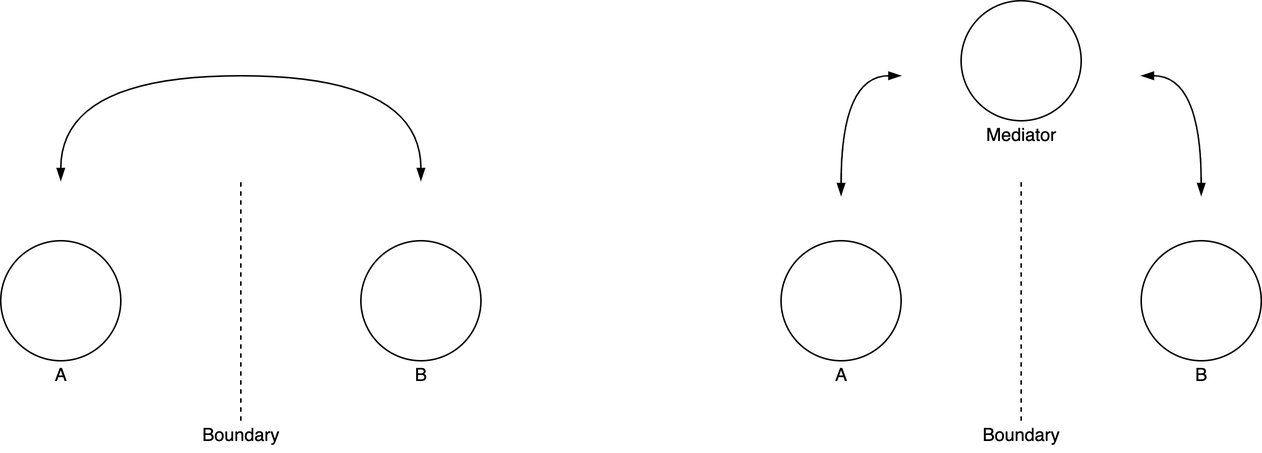
Earlier version of the draw.io export img/communication-patterns.png (voschezang/coding-handbook). Source tidied: cells renumbered, new cells last; positions are measured from the earlier drawing's top-left corner, leaving out a move shared by most shapes. Source of this version:
```xml
<mxGraphModel>
  <root>
    <mxCell id="0" />
    <mxCell id="1" parent="0" />
    <mxCell id="2" style="ellipse;whiteSpace=wrap;html=1;" parent="1" vertex="1">
      <mxGeometry x="520" y="160" width="80" height="80" as="geometry" />
    </mxCell>
    <mxCell id="3" style="endArrow=none;dashed=1;html=1;rounded=0;" parent="1" edge="1">
      <mxGeometry relative="1" as="geometry">
        <mxPoint x="680" y="280" as="sourcePoint" />
        <mxPoint x="680" y="120" as="targetPoint" />
      </mxGeometry>
    </mxCell>
    <mxCell id="4" style="ellipse;whiteSpace=wrap;html=1;" parent="1" vertex="1">
      <mxGeometry x="760" y="160" width="80" height="80" as="geometry" />
    </mxCell>
    <mxCell id="5" style="ellipse;whiteSpace=wrap;html=1;" parent="1" vertex="1">
      <mxGeometry x="640" width="80" height="80" as="geometry" />
    </mxCell>
    <mxCell id="6" value="Mediator" style="text;html=1;align=center;verticalAlign=middle;strokeColor=none;fillColor=none;" parent="1" vertex="1">
      <mxGeometry x="650" y="80" width="60" height="20" as="geometry" />
    </mxCell>
    <mxCell id="7" value="A" style="text;html=1;align=center;verticalAlign=middle;strokeColor=none;fillColor=none;" parent="1" vertex="1">
      <mxGeometry x="550" y="240" width="20" height="20" as="geometry" />
    </mxCell>
    <mxCell id="8" value="B" style="text;html=1;align=center;verticalAlign=middle;strokeColor=none;fillColor=none;" parent="1" vertex="1">
      <mxGeometry x="790" y="240" width="20" height="20" as="geometry" />
    </mxCell>
    <mxCell id="9" value="Boundary" style="text;html=1;align=center;verticalAlign=middle;strokeColor=none;fillColor=none;" parent="1" vertex="1">
      <mxGeometry x="645" y="280" width="70" height="20" as="geometry" />
    </mxCell>
    <mxCell id="10" style="ellipse;whiteSpace=wrap;html=1;" parent="1" vertex="1">
      <mxGeometry y="160" width="80" height="80" as="geometry" />
    </mxCell>
    <mxCell id="11" style="endArrow=none;dashed=1;html=1;rounded=0;" parent="1" edge="1">
      <mxGeometry relative="1" as="geometry">
        <mxPoint x="160" y="280" as="sourcePoint" />
        <mxPoint x="160" y="120" as="targetPoint" />
      </mxGeometry>
    </mxCell>
    <mxCell id="12" style="ellipse;whiteSpace=wrap;html=1;" parent="1" vertex="1">
      <mxGeometry x="240" y="160" width="80" height="80" as="geometry" />
    </mxCell>
    <mxCell id="13" style="endArrow=blockThin;html=1;rounded=0;endFill=1;edgeStyle=orthogonalEdgeStyle;curved=1;startArrow=blockThin;startFill=1;" parent="1" edge="1">
      <mxGeometry relative="1" as="geometry">
        <mxPoint x="40" y="120" as="sourcePoint" />
        <mxPoint x="280" y="120" as="targetPoint" />
        <Array as="points">
          <mxPoint x="40" y="50" />
          <mxPoint x="280" y="50" />
        </Array>
      </mxGeometry>
    </mxCell>
    <mxCell id="14" value="A" style="text;html=1;align=center;verticalAlign=middle;strokeColor=none;fillColor=none;" parent="1" vertex="1">
      <mxGeometry x="30" y="240" width="20" height="20" as="geometry" />
    </mxCell>
    <mxCell id="15" value="B" style="text;html=1;align=center;verticalAlign=middle;strokeColor=none;fillColor=none;" parent="1" vertex="1">
      <mxGeometry x="270" y="240" width="20" height="20" as="geometry" />
    </mxCell>
    <mxCell id="16" value="Boundary" style="text;html=1;align=center;verticalAlign=middle;strokeColor=none;fillColor=none;" parent="1" vertex="1">
      <mxGeometry x="125" y="280" width="70" height="20" as="geometry" />
    </mxCell>
    <mxCell id="17" style="endArrow=blockThin;html=1;rounded=0;endFill=1;startArrow=blockThin;startFill=1;edgeStyle=orthogonalEdgeStyle;curved=1;" parent="1" edge="1">
      <mxGeometry relative="1" as="geometry">
        <mxPoint x="560" y="130" as="sourcePoint" />
        <mxPoint x="600" y="50" as="targetPoint" />
        <Array as="points">
          <mxPoint x="560" y="50" />
        </Array>
      </mxGeometry>
    </mxCell>
    <mxCell id="18" style="endArrow=blockThin;html=1;rounded=0;endFill=1;startArrow=blockThin;startFill=1;edgeStyle=orthogonalEdgeStyle;curved=1;" parent="1" edge="1">
      <mxGeometry relative="1" as="geometry">
        <mxPoint x="800" y="130" as="sourcePoint" />
        <mxPoint x="760" y="50" as="targetPoint" />
        <Array as="points">
          <mxPoint x="800" y="50" />
        </Array>
      </mxGeometry>
    </mxCell>
  </root>
</mxGraphModel>
```
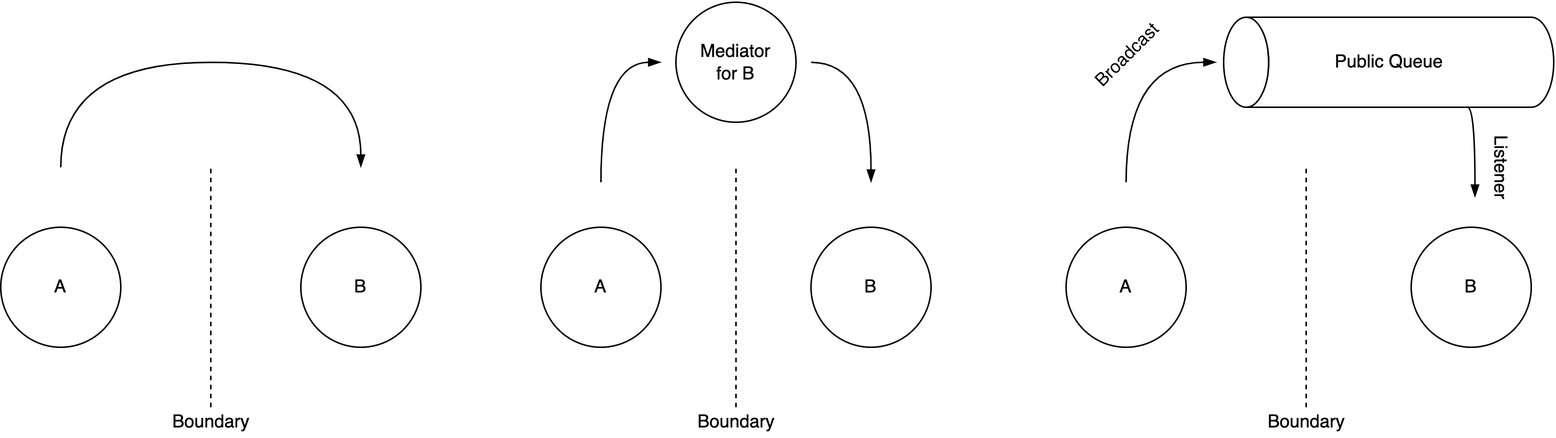
The same diagram one commit later.

Commit message:
add communication and messaging flowcharts

What changed in the source:
```diff
@@ -2,81 +2,112 @@
   <root>
     <mxCell id="0" />
     <mxCell id="1" parent="0" />
-    <mxCell id="2" style="ellipse;whiteSpace=wrap;html=1;" parent="1" vertex="1">
-      <mxGeometry x="520" y="160" width="80" height="80" as="geometry" />
+    <mxCell id="2" style="shape=cylinder3;whiteSpace=wrap;html=1;boundedLbl=1;backgroundOutline=1;size=15;rounded=1;fontSize=16;fillColor=none;rotation=-90;" parent="1" vertex="1">
+      <mxGeometry x="1085" y="-60" width="60" height="220" as="geometry" />
     </mxCell>
-    <mxCell id="3" style="endArrow=none;dashed=1;html=1;rounded=0;" parent="1" edge="1">
-      <mxGeometry relative="1" as="geometry">
-        <mxPoint x="680" y="280" as="sourcePoint" />
-        <mxPoint x="680" y="120" as="targetPoint" />
-      </mxGeometry>
+    <mxCell id="3" value="A" style="ellipse;whiteSpace=wrap;html=1;" parent="1" vertex="1">
+      <mxGeometry x="550" y="160" width="80" height="80" as="geometry" />
     </mxCell>
-    <mxCell id="4" style="ellipse;whiteSpace=wrap;html=1;" parent="1" vertex="1">
-      <mxGeometry x="760" y="160" width="80" height="80" as="geometry" />
+    <mxCell id="4" style="endArrow=none;dashed=1;html=1;rounded=0;" parent="1" edge="1">
+      <mxGeometry relative="1" as="geometry">
+        <mxPoint x="680" y="280" as="sourcePoint" />
+        <mxPoint x="680" y="120" as="targetPoint" />
+      </mxGeometry>
     </mxCell>
-    <mxCell id="5" style="ellipse;whiteSpace=wrap;html=1;" parent="1" vertex="1">
-      <mxGeometry x="640" width="80" height="80" as="geometry" />
+    <mxCell id="5" value="B" style="ellipse;whiteSpace=wrap;html=1;" parent="1" vertex="1">
+      <mxGeometry x="730" y="160" width="80" height="80" as="geometry" />
     </mxCell>
-    <mxCell id="6" value="Mediator" style="text;html=1;align=center;verticalAlign=middle;strokeColor=none;fillColor=none;" parent="1" vertex="1">
-      <mxGeometry x="650" y="80" width="60" height="20" as="geometry" />
+    <mxCell id="6" value="Mediator&lt;br&gt;for B" style="ellipse;whiteSpace=wrap;html=1;" parent="1" vertex="1">
+      <mxGeometry x="640" y="10" width="80" height="80" as="geometry" />
     </mxCell>
-    <mxCell id="7" value="A" style="text;html=1;align=center;verticalAlign=middle;strokeColor=none;fillColor=none;" parent="1" vertex="1">
-      <mxGeometry x="550" y="240" width="20" height="20" as="geometry" />
+    <mxCell id="7" value="Boundary" style="text;html=1;align=center;verticalAlign=middle;strokeColor=none;fillColor=none;" parent="1" vertex="1">
+      <mxGeometry x="645" y="280" width="70" height="20" as="geometry" />
     </mxCell>
-    <mxCell id="8" value="B" style="text;html=1;align=center;verticalAlign=middle;strokeColor=none;fillColor=none;" parent="1" vertex="1">
-      <mxGeometry x="790" y="240" width="20" height="20" as="geometry" />
+    <mxCell id="8" value="A" style="ellipse;whiteSpace=wrap;html=1;" parent="1" vertex="1">
+      <mxGeometry x="190" y="160" width="80" height="80" as="geometry" />
     </mxCell>
-    <mxCell id="9" value="Boundary" style="text;html=1;align=center;verticalAlign=middle;strokeColor=none;fillColor=none;" parent="1" vertex="1">
-      <mxGeometry x="645" y="280" width="70" height="20" as="geometry" />
+    <mxCell id="9" style="endArrow=none;dashed=1;html=1;rounded=0;" parent="1" edge="1">
+      <mxGeometry relative="1" as="geometry">
+        <mxPoint x="330" y="280" as="sourcePoint" />
+        <mxPoint x="330" y="120" as="targetPoint" />
+      </mxGeometry>
     </mxCell>
-    <mxCell id="10" style="ellipse;whiteSpace=wrap;html=1;" parent="1" vertex="1">
-      <mxGeometry y="160" width="80" height="80" as="geometry" />
+    <mxCell id="10" value="B" style="ellipse;whiteSpace=wrap;html=1;" parent="1" vertex="1">
+      <mxGeometry x="390" y="160" width="80" height="80" as="geometry" />
     </mxCell>
-    <mxCell id="11" style="endArrow=none;dashed=1;html=1;rounded=0;" parent="1" edge="1">
+    <mxCell id="11" style="endArrow=blockThin;html=1;rounded=0;endFill=1;edgeStyle=orthogonalEdgeStyle;curved=1;startArrow=none;startFill=0;" parent="1" edge="1">
       <mxGeometry relative="1" as="geometry">
-        <mxPoint x="160" y="280" as="sourcePoint" />
-        <mxPoint x="160" y="120" as="targetPoint" />
+        <mxPoint x="230" y="120" as="sourcePoint" />
+        <mxPoint x="430" y="120" as="targetPoint" />
+        <Array as="points">
+          <mxPoint x="230" y="120" />
+          <mxPoint x="230" y="50" />
+          <mxPoint x="430" y="50" />
+        </Array>
       </mxGeometry>
     </mxCell>
-    <mxCell id="12" style="ellipse;whiteSpace=wrap;html=1;" parent="1" vertex="1">
-      <mxGeometry x="240" y="160" width="80" height="80" as="geometry" />
+    <mxCell id="12" value="Boundary" style="text;html=1;align=center;verticalAlign=middle;strokeColor=none;fillColor=none;" parent="1" vertex="1">
+      <mxGeometry x="295" y="280" width="70" height="20" as="geometry" />
     </mxCell>
-    <mxCell id="13" style="endArrow=blockThin;html=1;rounded=0;endFill=1;edgeStyle=orthogonalEdgeStyle;curved=1;startArrow=blockThin;startFill=1;" parent="1" edge="1">
+    <mxCell id="13" style="endArrow=blockThin;html=1;rounded=0;endFill=1;startArrow=none;startFill=0;edgeStyle=orthogonalEdgeStyle;curved=1;" parent="1" edge="1">
       <mxGeometry relative="1" as="geometry">
-        <mxPoint x="40" y="120" as="sourcePoint" />
-        <mxPoint x="280" y="120" as="targetPoint" />
+        <mxPoint x="590" y="130" as="sourcePoint" />
+        <mxPoint x="630" y="50" as="targetPoint" />
         <Array as="points">
-          <mxPoint x="40" y="50" />
-          <mxPoint x="280" y="50" />
+          <mxPoint x="590" y="50" />
         </Array>
       </mxGeometry>
     </mxCell>
-    <mxCell id="14" value="A" style="text;html=1;align=center;verticalAlign=middle;strokeColor=none;fillColor=none;" parent="1" vertex="1">
-      <mxGeometry x="30" y="240" width="20" height="20" as="geometry" />
+    <mxCell id="14" style="endArrow=none;html=1;rounded=0;endFill=0;startArrow=blockThin;startFill=1;edgeStyle=orthogonalEdgeStyle;curved=1;" parent="1" edge="1">
+      <mxGeometry relative="1" as="geometry">
+        <mxPoint x="770" y="130" as="sourcePoint" />
+        <mxPoint x="730" y="50" as="targetPoint" />
+        <Array as="points">
+          <mxPoint x="770" y="50" />
+        </Array>
+      </mxGeometry>
     </mxCell>
-    <mxCell id="15" value="B" style="text;html=1;align=center;verticalAlign=middle;strokeColor=none;fillColor=none;" parent="1" vertex="1">
-      <mxGeometry x="270" y="240" width="20" height="20" as="geometry" />
+    <mxCell id="15" value="A" style="ellipse;whiteSpace=wrap;html=1;" parent="1" vertex="1">
+      <mxGeometry x="900" y="160" width="80" height="80" as="geometry" />
     </mxCell>
-    <mxCell id="16" value="Boundary" style="text;html=1;align=center;verticalAlign=middle;strokeColor=none;fillColor=none;" parent="1" vertex="1">
-      <mxGeometry x="125" y="280" width="70" height="20" as="geometry" />
+    <mxCell id="16" style="endArrow=none;dashed=1;html=1;rounded=0;" parent="1" edge="1">
+      <mxGeometry relative="1" as="geometry">
+        <mxPoint x="1060" y="280" as="sourcePoint" />
+        <mxPoint x="1060" y="120" as="targetPoint" />
+      </mxGeometry>
     </mxCell>
-    <mxCell id="17" style="endArrow=blockThin;html=1;rounded=0;endFill=1;startArrow=blockThin;startFill=1;edgeStyle=orthogonalEdgeStyle;curved=1;" parent="1" edge="1">
-      <mxGeometry relative="1" as="geometry">
-        <mxPoint x="560" y="130" as="sourcePoint" />
-        <mxPoint x="600" y="50" as="targetPoint" />
-        <Array as="points">
-          <mxPoint x="560" y="50" />
-        </Array>
-      </mxGeometry>
+    <mxCell id="17" value="B" style="ellipse;whiteSpace=wrap;html=1;" parent="1" vertex="1">
+      <mxGeometry x="1130" y="160" width="80" height="80" as="geometry" />
     </mxCell>
-    <mxCell id="18" style="endArrow=blockThin;html=1;rounded=0;endFill=1;startArrow=blockThin;startFill=1;edgeStyle=orthogonalEdgeStyle;curved=1;" parent="1" edge="1">
-      <mxGeometry relative="1" as="geometry">
-        <mxPoint x="800" y="130" as="sourcePoint" />
-        <mxPoint x="760" y="50" as="targetPoint" />
-        <Array as="points">
-          <mxPoint x="800" y="50" />
-        </Array>
-      </mxGeometry>
+    <mxCell id="18" value="Public Queue" style="text;html=1;align=center;verticalAlign=middle;strokeColor=none;fillColor=none;" parent="1" vertex="1">
+      <mxGeometry x="1070" y="40" width="90" height="20" as="geometry" />
     </mxCell>
+    <mxCell id="19" value="Boundary" style="text;html=1;align=center;verticalAlign=middle;strokeColor=none;fillColor=none;" parent="1" vertex="1">
+      <mxGeometry x="1025" y="280" width="70" height="20" as="geometry" />
+    </mxCell>
+    <mxCell id="20" style="endArrow=blockThin;html=1;rounded=0;endFill=1;startArrow=none;startFill=0;edgeStyle=orthogonalEdgeStyle;curved=1;" parent="1" edge="1">
+      <mxGeometry relative="1" as="geometry">
+        <mxPoint x="940" y="130" as="sourcePoint" />
+        <mxPoint x="1000" y="50" as="targetPoint" />
+        <Array as="points">
+          <mxPoint x="940" y="50" />
+        </Array>
+      </mxGeometry>
+    </mxCell>
+    <mxCell id="21" value="&lt;font style=&quot;font-size: 12px;&quot;&gt;Broadcast&lt;/font&gt;" style="text;html=1;align=center;verticalAlign=middle;strokeColor=none;fillColor=none;fontSize=16;rotation=-45;" parent="1" vertex="1">
+      <mxGeometry x="905" y="30" width="70" height="30" as="geometry" />
+    </mxCell>
+    <mxCell id="22" style="endArrow=none;html=1;rounded=0;endFill=0;startArrow=blockThin;startFill=1;edgeStyle=orthogonalEdgeStyle;curved=1;" parent="1" edge="1">
+      <mxGeometry relative="1" as="geometry">
+        <mxPoint x="1172.5" y="140" as="sourcePoint" />
+        <mxPoint x="1167.5" y="80" as="targetPoint" />
+        <Array as="points">
+          <mxPoint x="1172.5" y="80" />
+        </Array>
+      </mxGeometry>
+    </mxCell>
+    <mxCell id="23" value="Listener" style="text;html=1;align=center;verticalAlign=middle;strokeColor=none;fillColor=none;fontSize=12;rotation=90;" parent="1" vertex="1">
+      <mxGeometry x="1160" y="110" width="60" height="20" as="geometry" />
+    </mxCell>
   </root>
 </mxGraphModel>
```
